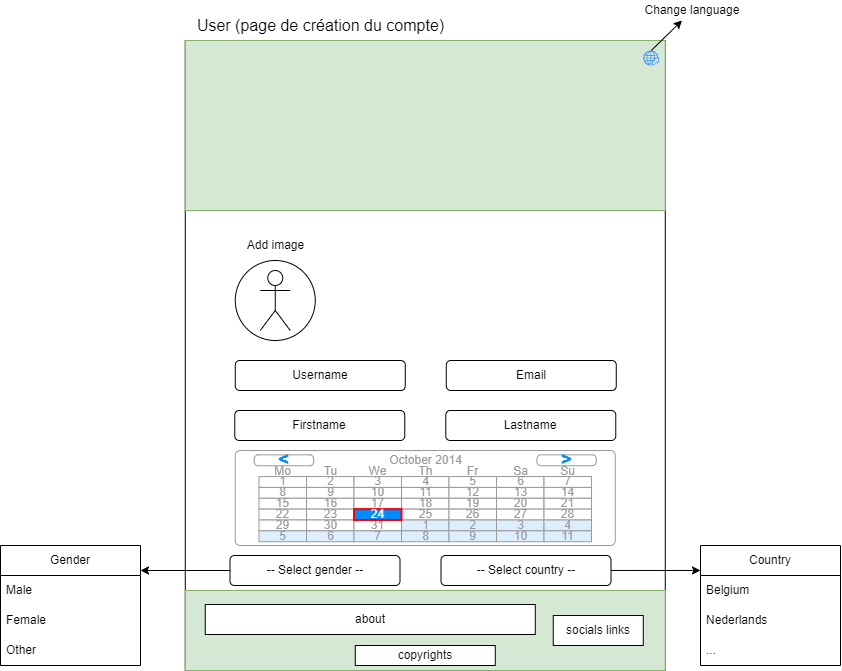
The draw.io diagram docs/cahier-des-charges/images/user/compte-creation.png in Dr4gonJnuit/ADB-TFE-MOVIES-SITE, before a commit. Source tidied: cells renumbered, new cells last; positions are measured from the earlier drawing's top-left corner, leaving out a move shared by most shapes.
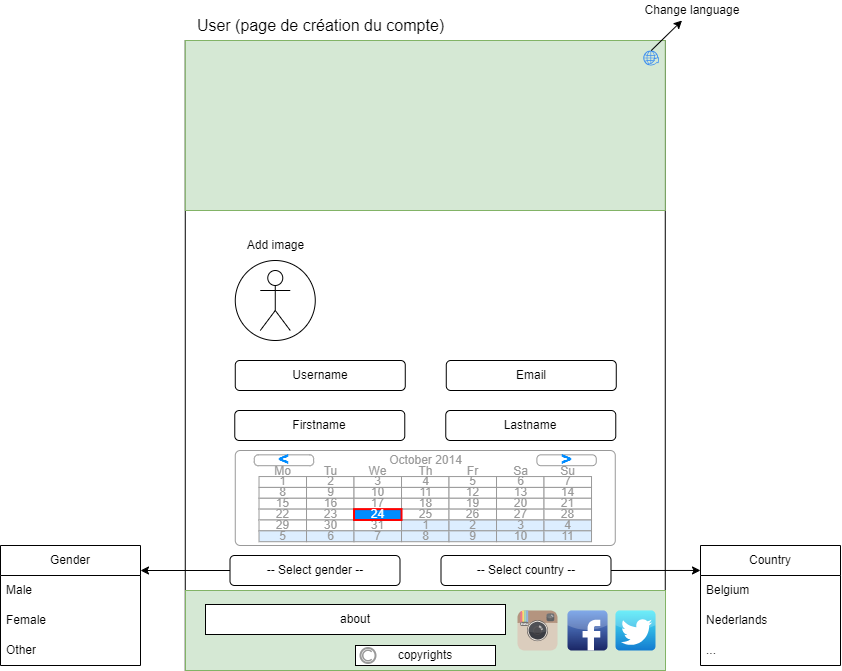
After the change.

Commit message:
Refactor user wireframe layout: adjust dimensions, remove redundant elements, and reposition social links and copyright sections for improved clarity and organization.

Diff of the diagram source:
```diff
@@ -5,18 +5,6 @@
     <mxCell id="2" style="whiteSpace=wrap;html=1;" parent="1" vertex="1">
       <mxGeometry x="184.8" y="40" width="480" height="630" as="geometry" />
     </mxCell>
-    <mxCell id="3" style="rounded=0;whiteSpace=wrap;html=1;fillColor=#d5e8d4;strokeColor=#82b366;" parent="1" vertex="1">
-      <mxGeometry x="184.8" y="590" width="480" height="80" as="geometry" />
-    </mxCell>
-    <mxCell id="4" value="socials links" style="rounded=0;whiteSpace=wrap;html=1;" parent="1" vertex="1">
-      <mxGeometry x="552.8" y="615" width="90" height="30" as="geometry" />
-    </mxCell>
-    <mxCell id="5" value="copyrights" style="rounded=0;whiteSpace=wrap;html=1;" parent="1" vertex="1">
-      <mxGeometry x="354.8" y="645" width="140" height="20" as="geometry" />
-    </mxCell>
-    <mxCell id="6" value="about" style="rounded=0;whiteSpace=wrap;html=1;" parent="1" vertex="1">
-      <mxGeometry x="204.8" y="604" width="330" height="30" as="geometry" />
-    </mxCell>
     <mxCell id="7" style="rounded=0;whiteSpace=wrap;html=1;fillColor=#d5e8d4;strokeColor=#82b366;" parent="1" vertex="1">
       <mxGeometry x="184.8" y="40" width="480" height="170" as="geometry" />
     </mxCell>
@@ -56,11 +44,11 @@
     <mxCell id="19" value="Other" style="text;strokeColor=none;fillColor=none;align=left;verticalAlign=middle;spacingLeft=4;spacingRight=4;overflow=hidden;whiteSpace=wrap;html=1;" parent="16" vertex="1">
       <mxGeometry y="90" width="140" height="30" as="geometry" />
     </mxCell>
-    <mxCell id="20" style="edgeStyle=none;html=1;" parent="1" edge="1" source="14">
-      <mxGeometry relative="1" as="geometry">
-        <mxPoint x="140" y="570" as="targetPoint" />
-      </mxGeometry>
-    </mxCell>
+    <mxCell id="84" style="edgeStyle=none;html=1;" parent="1" edge="1" source="14">
+      <mxGeometry relative="1" as="geometry">
+        <mxPoint x="140" y="570" as="targetPoint" />
+      </mxGeometry>
+    </mxCell>
     <mxCell id="21" value="Country" style="swimlane;fontStyle=0;horizontal=1;startSize=30;whiteSpace=wrap;html=1;" parent="1" vertex="1">
       <mxGeometry x="700" y="545" width="140" height="120" as="geometry" />
     </mxCell>
@@ -244,13 +232,34 @@
     <mxCell id="81" style="sketch=0;html=1;strokeColor=none;shadow=0;fillColor=#3B8DF1;verticalAlign=top;labelPosition=center;verticalLabelPosition=bottom;shape=mxgraph.gcp2.globe_world;" parent="1" vertex="1">
       <mxGeometry x="642.8" y="50" width="15.8" height="15" as="geometry" />
     </mxCell>
-    <mxCell id="82" style="endArrow=classic;html=1;" parent="1" edge="1" target="83">
-      <mxGeometry relative="1" as="geometry">
-        <mxPoint x="650.8" y="50" as="sourcePoint" />
-      </mxGeometry>
-    </mxCell>
+    <mxCell id="85" style="endArrow=classic;html=1;" parent="1" edge="1" target="83">
+      <mxGeometry relative="1" as="geometry">
+        <mxPoint x="650.8" y="50" as="sourcePoint" />
+      </mxGeometry>
+    </mxCell>
     <mxCell id="83" value="Change language" style="text;html=1;align=center;verticalAlign=middle;whiteSpace=wrap;rounded=0;" parent="1" vertex="1">
       <mxGeometry x="642.8" width="98" height="20" as="geometry" />
     </mxCell>
+    <mxCell id="86" style="rounded=0;whiteSpace=wrap;html=1;fillColor=#d5e8d4;strokeColor=#82b366;" parent="1" vertex="1">
+      <mxGeometry x="185" y="590" width="480" height="80" as="geometry" />
+    </mxCell>
+    <mxCell id="5" value="copyrights" style="rounded=0;whiteSpace=wrap;html=1;" parent="1" vertex="1">
+      <mxGeometry x="355" y="645" width="140" height="20" as="geometry" />
+    </mxCell>
+    <mxCell id="6" value="about" style="rounded=0;whiteSpace=wrap;html=1;" parent="1" vertex="1">
+      <mxGeometry x="205" y="604" width="300" height="30" as="geometry" />
+    </mxCell>
+    <mxCell id="87" style="dashed=0;html=1;align=center;labelPosition=center;verticalLabelPosition=bottom;verticalAlign=top;shape=mxgraph.webicons.facebook;fillColor=#6294E4;gradientColor=#1A2665;" parent="1" vertex="1">
+      <mxGeometry x="567" y="610" width="40" height="40" as="geometry" />
+    </mxCell>
+    <mxCell id="88" style="dashed=0;html=1;align=center;labelPosition=center;verticalLabelPosition=bottom;verticalAlign=top;shape=mxgraph.weblogos.instagram;fillColor=#6FC0E4;gradientColor=#1E305B;" parent="1" vertex="1">
+      <mxGeometry x="517" y="610" width="40" height="40" as="geometry" />
+    </mxCell>
+    <mxCell id="89" style="dashed=0;html=1;align=center;labelPosition=center;verticalLabelPosition=bottom;verticalAlign=top;shape=mxgraph.webicons.twitter;fillColor=#49EAF7;strokeColor=none;gradientColor=#137BD0;" parent="1" vertex="1">
+      <mxGeometry x="615" y="610" width="40" height="40" as="geometry" />
+    </mxCell>
+    <mxCell id="90" style="strokeColor=#999999;verticalLabelPosition=bottom;shadow=0;dashed=0;verticalAlign=top;strokeWidth=2;html=1;shape=mxgraph.mockup.misc.copyrightIcon;" parent="1" vertex="1">
+      <mxGeometry x="360" y="647.5" width="15" height="15" as="geometry" />
+    </mxCell>
   </root>
 </mxGraphModel>
```
